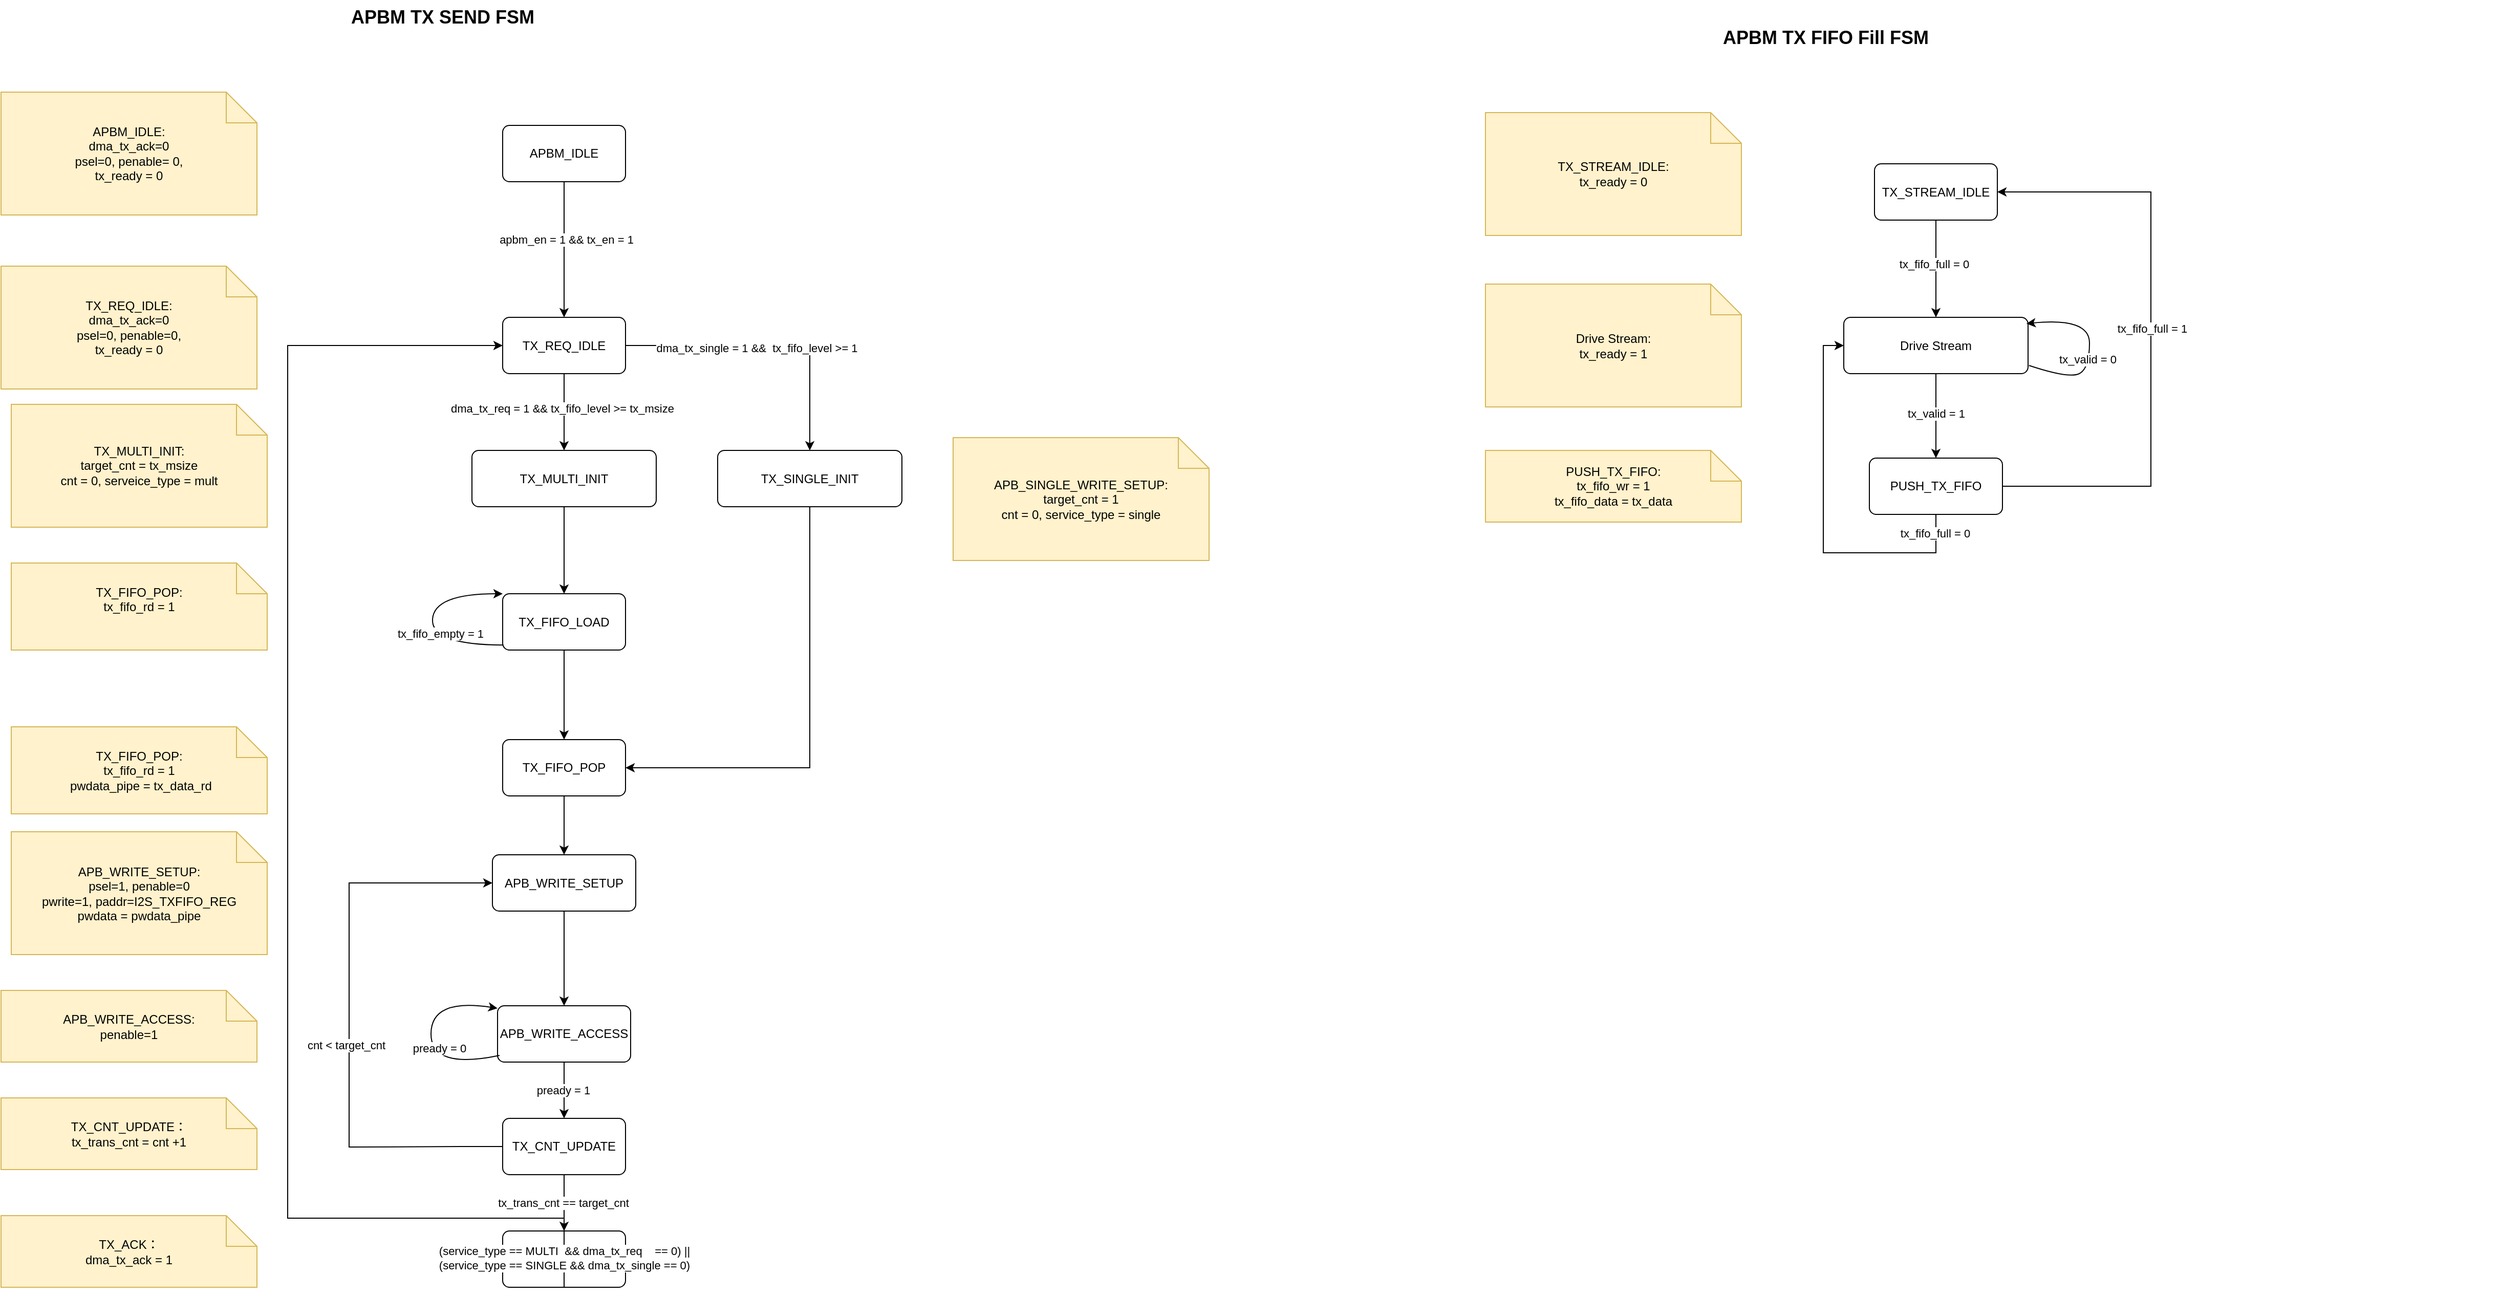
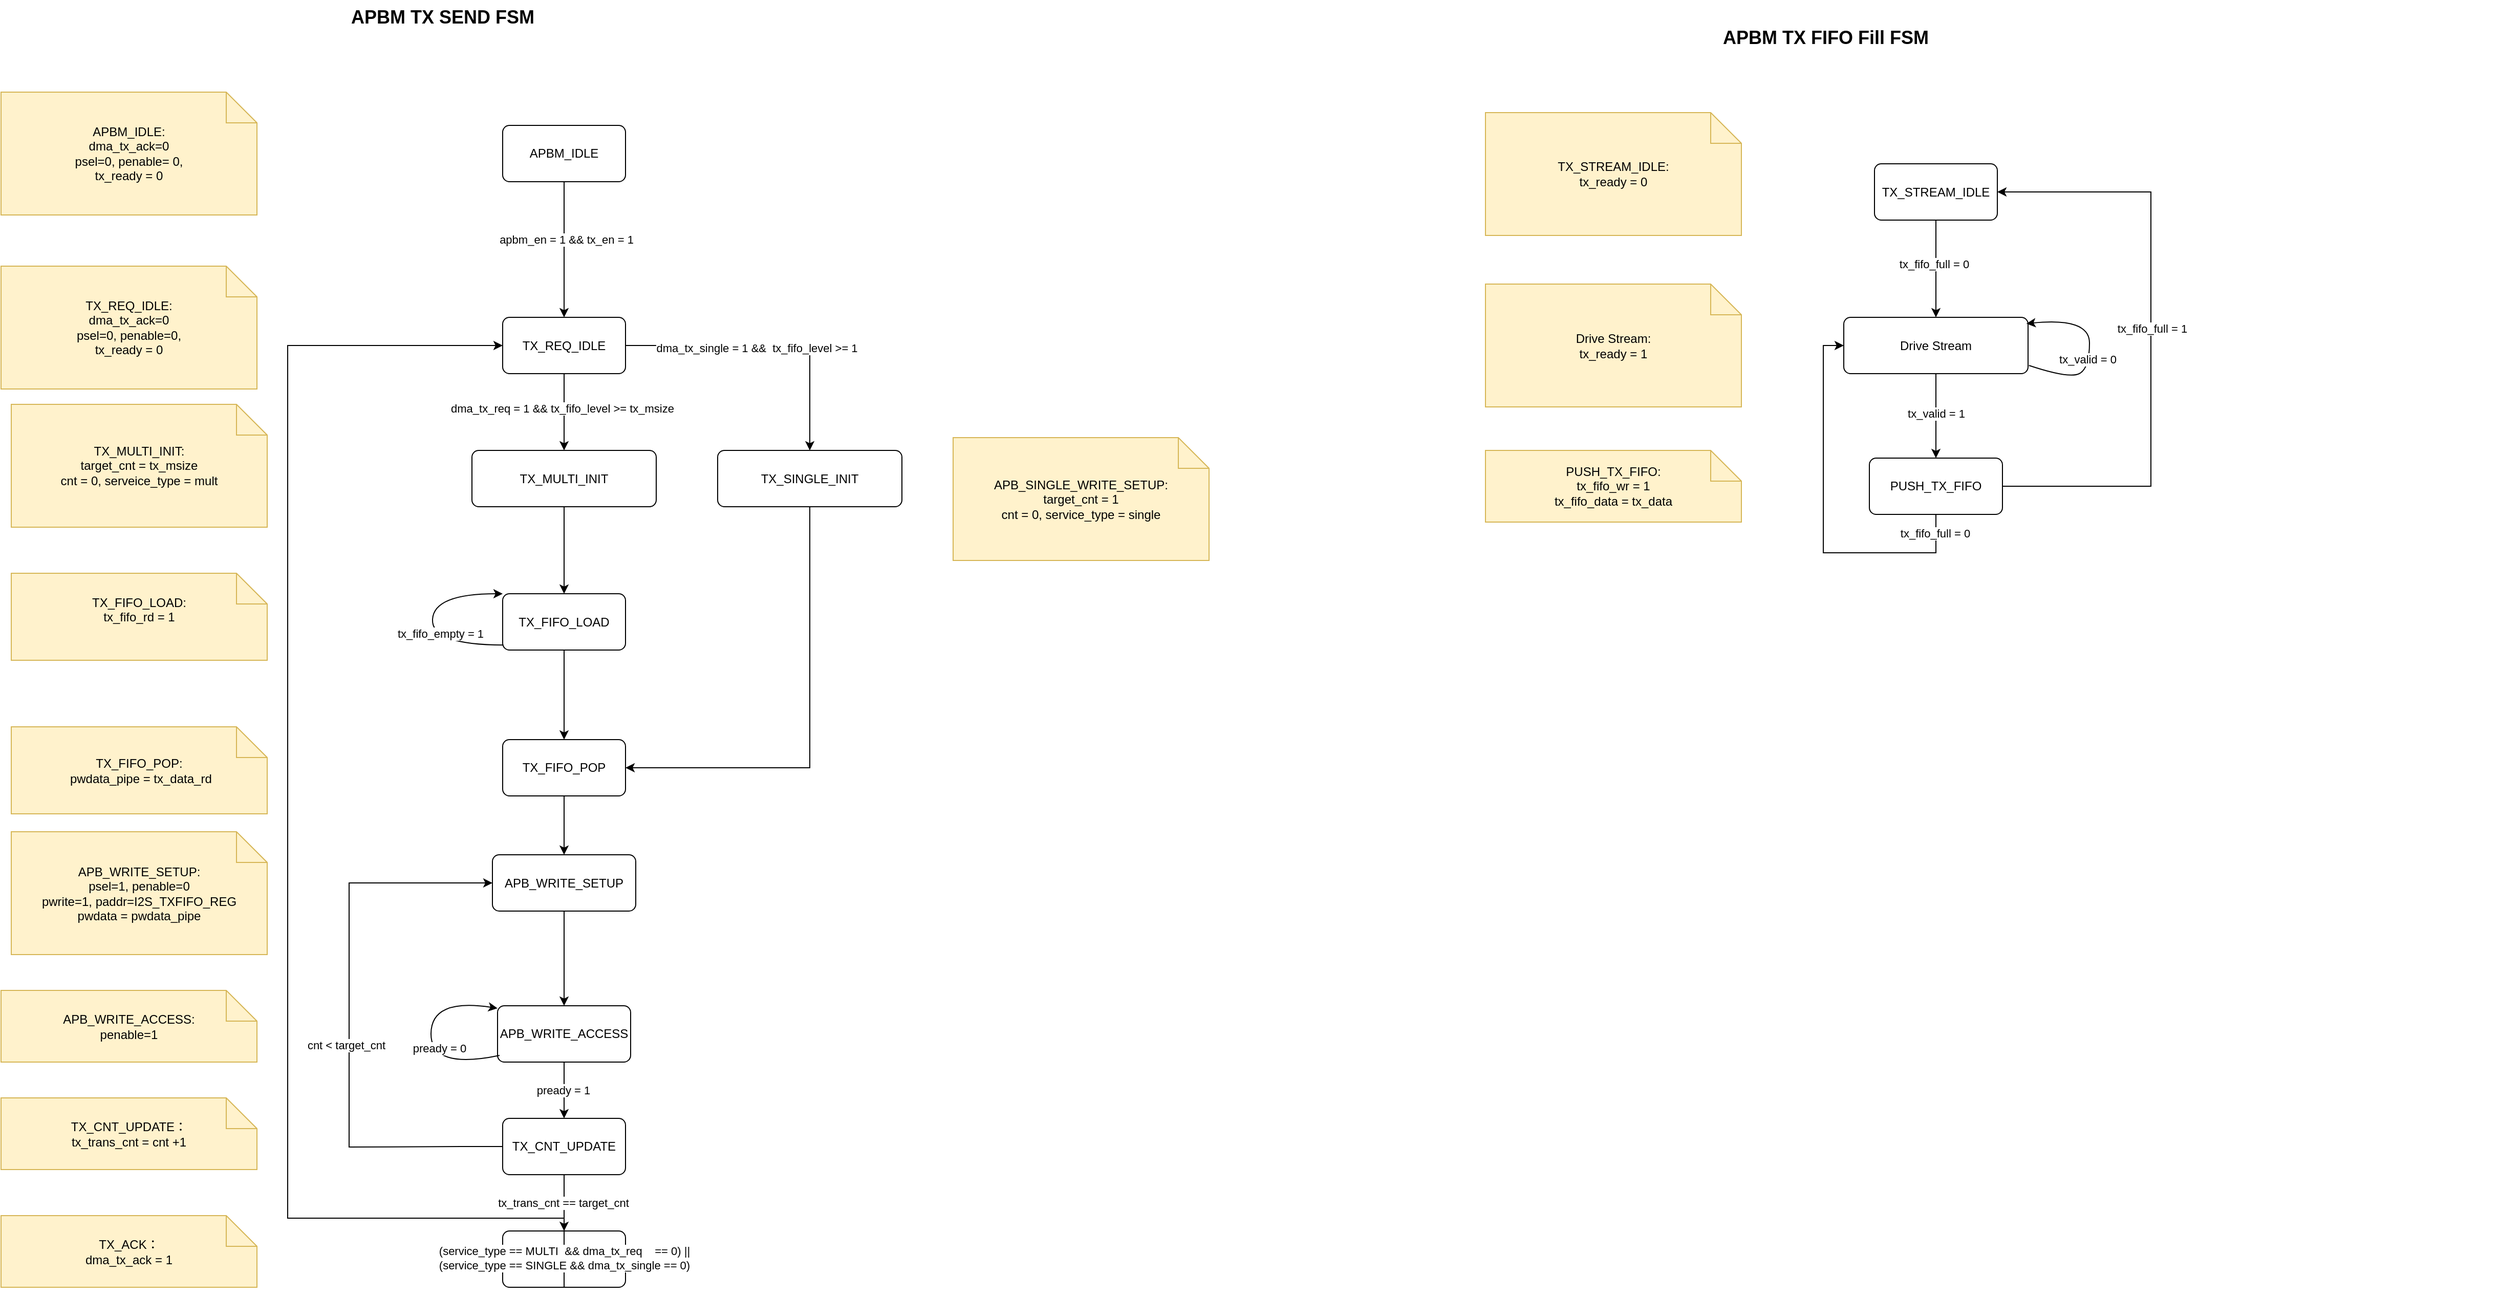
<mxfile host="app.diagrams.net">
  <diagram name="第 1 页" id="fH5n9Me7nUtPE_JYtTzi">
-     <mxGraphModel dx="442" dy="250" grid="1" gridSize="10" guides="1" tooltips="1" connect="1" arrows="1" fold="1" page="1" pageScale="1" pageWidth="827" pageHeight="1169" math="0" shadow="0">
+     <mxGraphModel dx="1106" dy="624" grid="1" gridSize="10" guides="1" tooltips="1" connect="1" arrows="1" fold="1" page="1" pageScale="1" pageWidth="827" pageHeight="1169" math="0" shadow="0">
      <root>
        <mxCell id="0" />
        <mxCell id="1" parent="0" />
        <mxCell id="Ly1VW1kiYANL2SHkxWqd-1" parent="1" style="text;html=1;strokeColor=none;fillColor=none;fontSize=18;fontStyle=1;" value="APBM TX SEND FSM&amp;nbsp;&amp;nbsp;" vertex="1">
          <mxGeometry height="40" width="760" x="810" y="130" as="geometry" />
        </mxCell>
        <mxCell id="Ly1VW1kiYANL2SHkxWqd-2" parent="1" style="rounded=1;whiteSpace=wrap;html=1;arcSize=12;fillColor=#ffffff;strokeColor=#000000;" value="TX_REQ_IDLE" vertex="1">
          <mxGeometry height="55" width="120" x="960" y="440" as="geometry" />
        </mxCell>
        <mxCell id="Ly1VW1kiYANL2SHkxWqd-3" parent="1" style="rounded=1;whiteSpace=wrap;html=1;arcSize=12;fillColor=#ffffff;strokeColor=#000000;" value="APB_WRITE_SETUP" vertex="1">
          <mxGeometry height="55" width="140" x="950" y="965" as="geometry" />
        </mxCell>
        <mxCell id="Ly1VW1kiYANL2SHkxWqd-4" edge="1" parent="1" source="Ly1VW1kiYANL2SHkxWqd-2" style="endArrow=classic;html=1;rounded=0;exitX=0.5;exitY=1;exitDx=0;exitDy=0;entryX=0.5;entryY=0;entryDx=0;entryDy=0;" target="Ly1VW1kiYANL2SHkxWqd-40" value="">
          <mxGeometry height="50" relative="1" width="50" as="geometry">
            <mxPoint x="1040" y="560" as="sourcePoint" />
            <mxPoint x="1020" y="570" as="targetPoint" />
          </mxGeometry>
        </mxCell>
        <mxCell id="Ly1VW1kiYANL2SHkxWqd-5" connectable="0" parent="Ly1VW1kiYANL2SHkxWqd-4" style="edgeLabel;html=1;align=center;verticalAlign=middle;resizable=0;points=[];" value="dma_tx_req = 1 &amp;amp;&amp;amp; tx_fifo_level &amp;gt;= tx_msize" vertex="1">
          <mxGeometry relative="1" x="-0.0927" y="-2" as="geometry">
            <mxPoint as="offset" />
          </mxGeometry>
        </mxCell>
        <mxCell id="Ly1VW1kiYANL2SHkxWqd-6" parent="1" style="shape=note;whiteSpace=wrap;html=1;fillColor=#fff2cc;strokeColor=#d6b656;" value="APB_WRITE_SETUP:&lt;div&gt;psel=1, penable=0&lt;br&gt;pwrite=1, paddr=I2S_TXFIFO_REG&lt;/div&gt;&lt;div&gt;pwdata = pwdata_pipe&lt;/div&gt;" vertex="1">
          <mxGeometry height="120" width="250" x="480" y="942.5" as="geometry" />
        </mxCell>
        <mxCell id="Ly1VW1kiYANL2SHkxWqd-7" parent="1" style="rounded=1;whiteSpace=wrap;html=1;arcSize=12;fillColor=#ffffff;strokeColor=#000000;" value="APB_WRITE_ACCESS" vertex="1">
          <mxGeometry height="55" width="130" x="955" y="1112.5" as="geometry" />
        </mxCell>
        <mxCell id="Ly1VW1kiYANL2SHkxWqd-8" edge="1" parent="1" source="Ly1VW1kiYANL2SHkxWqd-3" style="endArrow=classic;html=1;rounded=0;exitX=0.5;exitY=1;exitDx=0;exitDy=0;entryX=0.5;entryY=0;entryDx=0;entryDy=0;" target="Ly1VW1kiYANL2SHkxWqd-7" value="">
          <mxGeometry height="50" relative="1" width="50" as="geometry">
            <mxPoint x="1030" y="1095" as="sourcePoint" />
            <mxPoint x="1080" y="1045" as="targetPoint" />
          </mxGeometry>
        </mxCell>
        <mxCell id="Ly1VW1kiYANL2SHkxWqd-9" parent="1" style="shape=note;whiteSpace=wrap;html=1;fillColor=#fff2cc;strokeColor=#d6b656;" value="APB_WRITE_ACCESS:&lt;br&gt;penable=1" vertex="1">
          <mxGeometry height="70" width="250" x="470" y="1097.5" as="geometry" />
        </mxCell>
        <mxCell id="Ly1VW1kiYANL2SHkxWqd-10" edge="1" parent="1" source="Ly1VW1kiYANL2SHkxWqd-7" style="curved=1;endArrow=classic;html=1;rounded=0;exitX=0.015;exitY=0.881;exitDx=0;exitDy=0;entryX=0;entryY=0;entryDx=0;entryDy=0;exitPerimeter=0;" value="">
          <mxGeometry height="50" relative="1" width="50" as="geometry">
            <Array as="points">
              <mxPoint x="890" y="1175" />
              <mxPoint x="890" y="1105" />
            </Array>
            <mxPoint x="955" y="1170" as="sourcePoint" />
            <mxPoint x="955" y="1115" as="targetPoint" />
          </mxGeometry>
        </mxCell>
        <mxCell id="Ly1VW1kiYANL2SHkxWqd-11" connectable="0" parent="Ly1VW1kiYANL2SHkxWqd-10" style="edgeLabel;html=1;align=center;verticalAlign=middle;resizable=0;points=[];" value="pready = 0" vertex="1">
          <mxGeometry relative="1" x="-0.1215" y="-8" as="geometry">
            <mxPoint as="offset" />
          </mxGeometry>
        </mxCell>
        <mxCell id="Ly1VW1kiYANL2SHkxWqd-13" edge="1" parent="1" source="Ly1VW1kiYANL2SHkxWqd-7" style="endArrow=classic;html=1;rounded=0;exitX=0.5;exitY=1;exitDx=0;exitDy=0;entryX=0.5;entryY=0;entryDx=0;entryDy=0;" target="Ly1VW1kiYANL2SHkxWqd-47" value="">
          <mxGeometry height="50" relative="1" width="50" as="geometry">
            <mxPoint x="1010" y="1245" as="sourcePoint" />
            <mxPoint x="1020" y="1212.5" as="targetPoint" />
          </mxGeometry>
        </mxCell>
        <mxCell id="Ly1VW1kiYANL2SHkxWqd-14" connectable="0" parent="Ly1VW1kiYANL2SHkxWqd-13" style="edgeLabel;html=1;align=center;verticalAlign=middle;resizable=0;points=[];" value="pready = 1" vertex="1">
          <mxGeometry relative="1" x="0.0089" y="-1" as="geometry">
            <mxPoint as="offset" />
          </mxGeometry>
        </mxCell>
        <mxCell id="Ly1VW1kiYANL2SHkxWqd-16" parent="1" style="rounded=1;whiteSpace=wrap;html=1;arcSize=12;fillColor=#ffffff;strokeColor=#000000;" value="TX_ACK" vertex="1">
          <mxGeometry height="55" width="120" x="960" y="1332.5" as="geometry" />
        </mxCell>
        <mxCell id="Ly1VW1kiYANL2SHkxWqd-17" edge="1" parent="1" source="Ly1VW1kiYANL2SHkxWqd-47" style="endArrow=classic;html=1;rounded=0;exitX=0.5;exitY=1;exitDx=0;exitDy=0;entryX=0.5;entryY=0;entryDx=0;entryDy=0;" target="Ly1VW1kiYANL2SHkxWqd-16" value="">
          <mxGeometry height="50" relative="1" width="50" as="geometry">
            <mxPoint x="1150.3600000000001" y="1167.5" as="sourcePoint" />
            <mxPoint x="1150" y="1202.5" as="targetPoint" />
          </mxGeometry>
        </mxCell>
        <mxCell id="Ly1VW1kiYANL2SHkxWqd-18" connectable="0" parent="Ly1VW1kiYANL2SHkxWqd-17" style="edgeLabel;html=1;align=center;verticalAlign=middle;resizable=0;points=[];" value="tx_trans_cnt == target_cnt" vertex="1">
          <mxGeometry relative="1" x="0.0089" y="-1" as="geometry">
            <mxPoint as="offset" />
          </mxGeometry>
        </mxCell>
        <mxCell id="Ly1VW1kiYANL2SHkxWqd-19" parent="1" style="shape=note;whiteSpace=wrap;html=1;fillColor=#fff2cc;strokeColor=#d6b656;" value="TX_ACK：&lt;div&gt;dma_tx_ack = 1&lt;/div&gt;" vertex="1">
          <mxGeometry height="70" width="250" x="470" y="1317.5" as="geometry" />
        </mxCell>
        <mxCell id="Ly1VW1kiYANL2SHkxWqd-20" parent="1" style="shape=note;whiteSpace=wrap;html=1;fillColor=#fff2cc;strokeColor=#d6b656;" value="TX_REQ_IDLE:&lt;div&gt;dma_tx_ack=0&lt;/div&gt;&lt;div&gt;psel=0, penable=0,&lt;br&gt;&lt;/div&gt;&lt;div&gt;tx_ready = 0&lt;br&gt;&lt;/div&gt;" vertex="1">
          <mxGeometry height="120" width="250" x="470" y="390" as="geometry" />
        </mxCell>
        <mxCell id="Ly1VW1kiYANL2SHkxWqd-21" edge="1" parent="1" source="Ly1VW1kiYANL2SHkxWqd-16" style="endArrow=classic;html=1;rounded=0;exitX=0.5;exitY=1;exitDx=0;exitDy=0;edgeStyle=orthogonalEdgeStyle;entryX=0;entryY=0.5;entryDx=0;entryDy=0;" target="Ly1VW1kiYANL2SHkxWqd-2" value="">
          <mxGeometry height="50" relative="1" width="50" as="geometry">
            <Array as="points">
              <mxPoint x="1020" y="1320" />
              <mxPoint x="750" y="1320" />
              <mxPoint x="750" y="468" />
            </Array>
            <mxPoint x="909.95" y="1052.5" as="sourcePoint" />
            <mxPoint x="850" y="465" as="targetPoint" />
          </mxGeometry>
        </mxCell>
        <mxCell id="Ly1VW1kiYANL2SHkxWqd-22" connectable="0" parent="Ly1VW1kiYANL2SHkxWqd-21" style="edgeLabel;html=1;align=center;verticalAlign=middle;resizable=0;points=[];" value="&lt;div&gt;(service_type == MULTI&amp;nbsp; &amp;amp;&amp;amp; dma_tx_req&amp;nbsp; &amp;nbsp; == 0) ||&lt;/div&gt;&lt;div&gt;(service_type == SINGLE &amp;amp;&amp;amp; dma_tx_single == 0)&lt;/div&gt;" vertex="1">
          <mxGeometry relative="1" x="-0.9589" as="geometry">
            <mxPoint as="offset" />
          </mxGeometry>
        </mxCell>
        <mxCell id="Ly1VW1kiYANL2SHkxWqd-23" edge="1" parent="1" source="Ly1VW1kiYANL2SHkxWqd-2" style="endArrow=classic;html=1;rounded=0;exitX=1;exitY=0.5;exitDx=0;exitDy=0;edgeStyle=orthogonalEdgeStyle;entryX=0.5;entryY=0;entryDx=0;entryDy=0;" target="Ly1VW1kiYANL2SHkxWqd-25" value="">
          <mxGeometry height="50" relative="1" width="50" as="geometry">
            <mxPoint x="1250" y="540" as="sourcePoint" />
            <mxPoint x="1260" y="560" as="targetPoint" />
          </mxGeometry>
        </mxCell>
        <mxCell id="Ly1VW1kiYANL2SHkxWqd-24" connectable="0" parent="Ly1VW1kiYANL2SHkxWqd-23" style="edgeLabel;html=1;align=center;verticalAlign=middle;resizable=0;points=[];" value="dma_tx_single = 1 &amp;amp;&amp;amp;&amp;nbsp; tx_fifo_level &amp;gt;= 1" vertex="1">
          <mxGeometry relative="1" x="-0.0927" y="-2" as="geometry">
            <mxPoint as="offset" />
          </mxGeometry>
        </mxCell>
        <mxCell id="Ly1VW1kiYANL2SHkxWqd-25" parent="1" style="rounded=1;whiteSpace=wrap;html=1;arcSize=12;fillColor=#ffffff;strokeColor=#000000;" value="TX_SINGLE_INIT" vertex="1">
          <mxGeometry height="55" width="180" x="1170" y="570" as="geometry" />
        </mxCell>
        <mxCell id="Ly1VW1kiYANL2SHkxWqd-26" parent="1" style="shape=note;whiteSpace=wrap;html=1;fillColor=#fff2cc;strokeColor=#d6b656;" value="APB_SINGLE_WRITE_SETUP:&lt;div&gt;target_cnt = 1&lt;br&gt;cnt = 0, service_type = single&lt;/div&gt;" vertex="1">
          <mxGeometry height="120" width="250" x="1400" y="557.5" as="geometry" />
        </mxCell>
        <mxCell id="Ly1VW1kiYANL2SHkxWqd-27" edge="1" parent="1" source="Ly1VW1kiYANL2SHkxWqd-25" style="endArrow=classic;html=1;rounded=0;exitX=0.5;exitY=1;exitDx=0;exitDy=0;edgeStyle=orthogonalEdgeStyle;entryX=1;entryY=0.5;entryDx=0;entryDy=0;" target="Ly1VW1kiYANL2SHkxWqd-28" value="">
          <mxGeometry height="50" relative="1" width="50" as="geometry">
            <mxPoint x="1230" y="950" as="sourcePoint" />
            <mxPoint x="1090" y="705" as="targetPoint" />
          </mxGeometry>
        </mxCell>
        <mxCell id="Ly1VW1kiYANL2SHkxWqd-28" parent="1" style="rounded=1;whiteSpace=wrap;html=1;arcSize=12;fillColor=#ffffff;strokeColor=#000000;" value="TX_FIFO_POP" vertex="1">
          <mxGeometry height="55" width="120" x="960" y="852.5" as="geometry" />
        </mxCell>
        <mxCell id="Ly1VW1kiYANL2SHkxWqd-29" edge="1" parent="1" source="Ly1VW1kiYANL2SHkxWqd-40" style="endArrow=classic;html=1;rounded=0;exitX=0.5;exitY=1;exitDx=0;exitDy=0;entryX=0.5;entryY=0;entryDx=0;entryDy=0;" target="Ly1VW1kiYANL2SHkxWqd-66" value="">
          <mxGeometry height="50" relative="1" width="50" as="geometry">
            <Array as="points">
              <mxPoint x="1020" y="650" />
            </Array>
            <mxPoint x="1010" y="630" as="sourcePoint" />
            <mxPoint x="1020" y="680" as="targetPoint" />
          </mxGeometry>
        </mxCell>
-         <mxCell id="Ly1VW1kiYANL2SHkxWqd-33" parent="1" style="shape=note;whiteSpace=wrap;html=1;fillColor=#fff2cc;strokeColor=#d6b656;" value="TX_FIFO_POP:&lt;div&gt;tx_fifo_rd = 1&lt;br&gt;&lt;div&gt;&amp;nbsp;pwdata_pipe = tx_data_rd&lt;/div&gt;&lt;/div&gt;" vertex="1">
+         <mxCell id="Ly1VW1kiYANL2SHkxWqd-33" parent="1" style="shape=note;whiteSpace=wrap;html=1;fillColor=#fff2cc;strokeColor=#d6b656;" value="TX_FIFO_POP:&lt;div&gt;&lt;div&gt;&amp;nbsp;pwdata_pipe = tx_data_rd&lt;/div&gt;&lt;/div&gt;" vertex="1">
          <mxGeometry height="85" width="250" x="480" y="840" as="geometry" />
        </mxCell>
        <mxCell id="Ly1VW1kiYANL2SHkxWqd-34" parent="1" style="rounded=1;whiteSpace=wrap;html=1;arcSize=12;fillColor=#ffffff;strokeColor=#000000;" value="APBM_IDLE" vertex="1">
          <mxGeometry height="55" width="120" x="960" y="252.5" as="geometry" />
        </mxCell>
        <mxCell id="Ly1VW1kiYANL2SHkxWqd-35" edge="1" parent="1" source="Ly1VW1kiYANL2SHkxWqd-34" style="endArrow=classic;html=1;rounded=0;exitX=0.5;exitY=1;exitDx=0;exitDy=0;" target="Ly1VW1kiYANL2SHkxWqd-2" value="">
          <mxGeometry height="50" relative="1" width="50" as="geometry">
            <mxPoint x="1060" y="360" as="sourcePoint" />
            <mxPoint x="1110" y="310" as="targetPoint" />
          </mxGeometry>
        </mxCell>
        <mxCell id="Ly1VW1kiYANL2SHkxWqd-36" connectable="0" parent="Ly1VW1kiYANL2SHkxWqd-35" style="edgeLabel;html=1;align=center;verticalAlign=middle;resizable=0;points=[];" value="apbm_en = 1 &amp;amp;&amp;amp; tx_en = 1" vertex="1">
          <mxGeometry relative="1" x="-0.1446" y="2" as="geometry">
            <mxPoint as="offset" />
          </mxGeometry>
        </mxCell>
        <mxCell id="Ly1VW1kiYANL2SHkxWqd-37" parent="1" style="shape=note;whiteSpace=wrap;html=1;fillColor=#fff2cc;strokeColor=#d6b656;" value="APBM_IDLE:&lt;div&gt;dma_tx_ack=0&lt;/div&gt;&lt;div&gt;psel=0, penable= 0,&lt;br&gt;&lt;/div&gt;&lt;div&gt;tx_ready = 0&lt;/div&gt;" vertex="1">
          <mxGeometry height="120" width="250" x="470" y="220" as="geometry" />
        </mxCell>
        <mxCell id="Ly1VW1kiYANL2SHkxWqd-38" edge="1" parent="1" source="Ly1VW1kiYANL2SHkxWqd-47" style="endArrow=classic;html=1;rounded=0;edgeStyle=orthogonalEdgeStyle;entryX=0;entryY=0.5;entryDx=0;entryDy=0;exitX=0;exitY=0.5;exitDx=0;exitDy=0;" target="Ly1VW1kiYANL2SHkxWqd-3" value="">
          <mxGeometry height="50" relative="1" width="50" as="geometry">
            <Array as="points">
              <mxPoint x="920" y="1249.5" />
              <mxPoint x="810" y="1250.5" />
              <mxPoint x="810" y="992.5" />
            </Array>
            <mxPoint x="920" y="1212.5" as="sourcePoint" />
            <mxPoint x="800" y="872.5" as="targetPoint" />
          </mxGeometry>
        </mxCell>
        <mxCell id="Ly1VW1kiYANL2SHkxWqd-39" connectable="0" parent="Ly1VW1kiYANL2SHkxWqd-38" style="edgeLabel;html=1;align=center;verticalAlign=middle;resizable=0;points=[];" value="cnt &amp;lt; target_cnt" vertex="1">
          <mxGeometry relative="1" x="-0.0902" y="3" as="geometry">
            <mxPoint as="offset" />
          </mxGeometry>
        </mxCell>
        <mxCell id="Ly1VW1kiYANL2SHkxWqd-40" parent="1" style="rounded=1;whiteSpace=wrap;html=1;arcSize=12;fillColor=#ffffff;strokeColor=#000000;" value="TX_MULTI_INIT" vertex="1">
          <mxGeometry height="55" width="180" x="930" y="570" as="geometry" />
        </mxCell>
        <mxCell id="Ly1VW1kiYANL2SHkxWqd-42" parent="1" style="shape=note;whiteSpace=wrap;html=1;fillColor=#fff2cc;strokeColor=#d6b656;" value="TX_MULTI_INIT:&lt;div&gt;target_cnt = tx_msize&lt;br&gt;cnt = 0, serveice_type = mult&lt;/div&gt;" vertex="1">
          <mxGeometry height="120" width="250" x="480" y="525" as="geometry" />
        </mxCell>
        <mxCell id="Ly1VW1kiYANL2SHkxWqd-45" edge="1" parent="1" source="Ly1VW1kiYANL2SHkxWqd-28" style="endArrow=classic;html=1;rounded=0;exitX=0.5;exitY=1;exitDx=0;exitDy=0;" target="Ly1VW1kiYANL2SHkxWqd-3" value="">
          <mxGeometry height="50" relative="1" width="50" as="geometry">
            <mxPoint x="1019.5699999999999" y="907.5" as="sourcePoint" />
            <mxPoint x="1019.5699999999999" y="964.5" as="targetPoint" />
          </mxGeometry>
        </mxCell>
        <mxCell id="Ly1VW1kiYANL2SHkxWqd-47" parent="1" style="rounded=1;whiteSpace=wrap;html=1;arcSize=12;fillColor=#ffffff;strokeColor=#000000;" value="TX_CNT_UPDATE" vertex="1">
          <mxGeometry height="55" width="120" x="960" y="1222.5" as="geometry" />
        </mxCell>
        <mxCell id="Ly1VW1kiYANL2SHkxWqd-48" parent="1" style="shape=note;whiteSpace=wrap;html=1;fillColor=#fff2cc;strokeColor=#d6b656;" value="TX_CNT_UPDATE：&lt;div&gt;tx_trans_cnt = cnt +1&lt;/div&gt;" vertex="1">
          <mxGeometry height="70" width="250" x="470" y="1202.5" as="geometry" />
        </mxCell>
        <mxCell id="Ly1VW1kiYANL2SHkxWqd-49" parent="1" style="text;html=1;strokeColor=none;fillColor=none;fontSize=18;fontStyle=1;" value="APBM TX FIFO Fill FSM&amp;nbsp;&amp;nbsp;" vertex="1">
          <mxGeometry height="40" width="760" x="2150" y="150" as="geometry" />
        </mxCell>
        <mxCell id="Ly1VW1kiYANL2SHkxWqd-50" parent="1" style="rounded=1;whiteSpace=wrap;html=1;arcSize=12;fillColor=#ffffff;strokeColor=#000000;" value="TX_STREAM_IDLE" vertex="1">
          <mxGeometry height="55" width="120" x="2300" y="290" as="geometry" />
        </mxCell>
        <mxCell id="Ly1VW1kiYANL2SHkxWqd-51" parent="1" style="rounded=1;whiteSpace=wrap;html=1;arcSize=12;fillColor=#ffffff;strokeColor=#000000;" value="Drive Stream" vertex="1">
          <mxGeometry height="55" width="180" x="2270" y="440" as="geometry" />
        </mxCell>
        <mxCell id="Ly1VW1kiYANL2SHkxWqd-52" edge="1" parent="1" source="Ly1VW1kiYANL2SHkxWqd-50" style="endArrow=classic;html=1;rounded=0;exitX=0.5;exitY=1;exitDx=0;exitDy=0;entryX=0.5;entryY=0;entryDx=0;entryDy=0;" target="Ly1VW1kiYANL2SHkxWqd-51" value="">
          <mxGeometry height="50" relative="1" width="50" as="geometry">
            <mxPoint x="2380" y="410" as="sourcePoint" />
            <mxPoint x="2430" y="360" as="targetPoint" />
          </mxGeometry>
        </mxCell>
        <mxCell id="Ly1VW1kiYANL2SHkxWqd-53" connectable="0" parent="Ly1VW1kiYANL2SHkxWqd-52" style="edgeLabel;html=1;align=center;verticalAlign=middle;resizable=0;points=[];" value="tx_fifo_full = 0" vertex="1">
          <mxGeometry relative="1" x="-0.0927" y="-2" as="geometry">
            <mxPoint as="offset" />
          </mxGeometry>
        </mxCell>
        <mxCell id="Ly1VW1kiYANL2SHkxWqd-54" parent="1" style="shape=note;whiteSpace=wrap;html=1;fillColor=#fff2cc;strokeColor=#d6b656;" value="Drive Stream:&lt;div&gt;tx_ready = 1&lt;/div&gt;" vertex="1">
          <mxGeometry height="120" width="250" x="1920" y="407.5" as="geometry" />
        </mxCell>
        <mxCell id="Ly1VW1kiYANL2SHkxWqd-55" parent="1" style="rounded=1;whiteSpace=wrap;html=1;arcSize=12;fillColor=#ffffff;strokeColor=#000000;" value="PUSH_TX_FIFO" vertex="1">
          <mxGeometry height="55" width="130" x="2295" y="577.5" as="geometry" />
        </mxCell>
        <mxCell id="Ly1VW1kiYANL2SHkxWqd-56" edge="1" parent="1" source="Ly1VW1kiYANL2SHkxWqd-51" style="endArrow=classic;html=1;rounded=0;exitX=0.5;exitY=1;exitDx=0;exitDy=0;entryX=0.5;entryY=0;entryDx=0;entryDy=0;" target="Ly1VW1kiYANL2SHkxWqd-55" value="">
          <mxGeometry height="50" relative="1" width="50" as="geometry">
            <mxPoint x="2370" y="560" as="sourcePoint" />
            <mxPoint x="2420" y="510" as="targetPoint" />
          </mxGeometry>
        </mxCell>
        <mxCell id="Ly1VW1kiYANL2SHkxWqd-57" connectable="0" parent="Ly1VW1kiYANL2SHkxWqd-56" style="edgeLabel;html=1;align=center;verticalAlign=middle;resizable=0;points=[];" value="tx_valid = 1" vertex="1">
          <mxGeometry relative="1" x="-0.0537" as="geometry">
            <mxPoint as="offset" />
          </mxGeometry>
        </mxCell>
        <mxCell id="Ly1VW1kiYANL2SHkxWqd-58" parent="1" style="shape=note;whiteSpace=wrap;html=1;fillColor=#fff2cc;strokeColor=#d6b656;" value="PUSH_TX_FIFO:&lt;div&gt;tx_fifo_wr = 1&lt;/div&gt;&lt;div&gt;tx_fifo_data = tx_data&lt;/div&gt;" vertex="1">
          <mxGeometry height="70" width="250" x="1920" y="570" as="geometry" />
        </mxCell>
        <mxCell id="Ly1VW1kiYANL2SHkxWqd-59" parent="1" style="shape=note;whiteSpace=wrap;html=1;fillColor=#fff2cc;strokeColor=#d6b656;" value="TX_STREAM_IDLE:&lt;div&gt;tx_ready = 0&lt;/div&gt;" vertex="1">
          <mxGeometry height="120" width="250" x="1920" y="240" as="geometry" />
        </mxCell>
        <mxCell id="Ly1VW1kiYANL2SHkxWqd-60" edge="1" parent="1" source="Ly1VW1kiYANL2SHkxWqd-55" style="endArrow=classic;html=1;rounded=0;exitX=0.5;exitY=1;exitDx=0;exitDy=0;entryX=0;entryY=0.5;entryDx=0;entryDy=0;edgeStyle=orthogonalEdgeStyle;" target="Ly1VW1kiYANL2SHkxWqd-51" value="">
          <mxGeometry height="50" relative="1" width="50" as="geometry">
            <Array as="points">
              <mxPoint x="2360" y="670" />
              <mxPoint x="2250" y="670" />
              <mxPoint x="2250" y="468" />
            </Array>
            <mxPoint x="2550" y="570" as="sourcePoint" />
            <mxPoint x="2600" y="520" as="targetPoint" />
          </mxGeometry>
        </mxCell>
        <mxCell id="Ly1VW1kiYANL2SHkxWqd-61" connectable="0" parent="Ly1VW1kiYANL2SHkxWqd-60" style="edgeLabel;html=1;align=center;verticalAlign=middle;resizable=0;points=[];" value="tx_fifo_full = 0" vertex="1">
          <mxGeometry relative="1" x="-0.9016" y="-1" as="geometry">
            <mxPoint as="offset" />
          </mxGeometry>
        </mxCell>
        <mxCell id="Ly1VW1kiYANL2SHkxWqd-62" edge="1" parent="1" source="Ly1VW1kiYANL2SHkxWqd-55" style="endArrow=classic;html=1;rounded=0;exitX=1;exitY=0.5;exitDx=0;exitDy=0;entryX=1;entryY=0.5;entryDx=0;entryDy=0;edgeStyle=orthogonalEdgeStyle;" target="Ly1VW1kiYANL2SHkxWqd-50" value="">
          <mxGeometry height="50" relative="1" width="50" as="geometry">
            <Array as="points">
              <mxPoint x="2570" y="605" />
              <mxPoint x="2570" y="318" />
            </Array>
            <mxPoint x="2510" y="600" as="sourcePoint" />
            <mxPoint x="2560" y="550" as="targetPoint" />
          </mxGeometry>
        </mxCell>
        <mxCell id="Ly1VW1kiYANL2SHkxWqd-63" connectable="0" parent="Ly1VW1kiYANL2SHkxWqd-62" style="edgeLabel;html=1;align=center;verticalAlign=middle;resizable=0;points=[];" value="tx_fifo_full = 1" vertex="1">
          <mxGeometry relative="1" x="0.0267" y="-1" as="geometry">
            <mxPoint as="offset" />
          </mxGeometry>
        </mxCell>
        <mxCell id="Ly1VW1kiYANL2SHkxWqd-64" edge="1" parent="1" source="Ly1VW1kiYANL2SHkxWqd-51" style="curved=1;endArrow=classic;html=1;rounded=0;entryX=0.991;entryY=0.112;entryDx=0;entryDy=0;exitX=1.005;exitY=0.854;exitDx=0;exitDy=0;exitPerimeter=0;entryPerimeter=0;" target="Ly1VW1kiYANL2SHkxWqd-51" value="">
          <mxGeometry height="50" relative="1" width="50" as="geometry">
            <Array as="points">
              <mxPoint x="2490" y="500" />
              <mxPoint x="2510" y="490" />
              <mxPoint x="2510" y="440" />
            </Array>
            <mxPoint x="2460" y="560" as="sourcePoint" />
            <mxPoint x="2510" y="510" as="targetPoint" />
          </mxGeometry>
        </mxCell>
        <mxCell id="Ly1VW1kiYANL2SHkxWqd-65" connectable="0" parent="Ly1VW1kiYANL2SHkxWqd-64" style="edgeLabel;html=1;align=center;verticalAlign=middle;resizable=0;points=[];" value="tx_valid = 0" vertex="1">
          <mxGeometry relative="1" x="-0.1698" y="2" as="geometry">
            <mxPoint as="offset" />
          </mxGeometry>
        </mxCell>
        <mxCell id="Ly1VW1kiYANL2SHkxWqd-66" parent="1" style="rounded=1;whiteSpace=wrap;html=1;arcSize=12;fillColor=#ffffff;strokeColor=#000000;" value="TX_FIFO_LOAD" vertex="1">
          <mxGeometry height="55" width="120" x="960" y="710" as="geometry" />
        </mxCell>
        <mxCell id="Ly1VW1kiYANL2SHkxWqd-68" edge="1" parent="1" source="Ly1VW1kiYANL2SHkxWqd-66" style="endArrow=classic;html=1;rounded=0;exitX=0.5;exitY=1;exitDx=0;exitDy=0;" target="Ly1VW1kiYANL2SHkxWqd-28" value="">
          <mxGeometry height="50" relative="1" width="50" as="geometry">
            <mxPoint x="1070" y="820" as="sourcePoint" />
            <mxPoint x="1120" y="770" as="targetPoint" />
          </mxGeometry>
        </mxCell>
-         <mxCell id="Ly1VW1kiYANL2SHkxWqd-69" parent="1" style="shape=note;whiteSpace=wrap;html=1;fillColor=#fff2cc;strokeColor=#d6b656;" value="TX_FIFO_POP:&lt;div&gt;tx_fifo_rd = 1&lt;br&gt;&lt;div&gt;&lt;br&gt;&lt;/div&gt;&lt;/div&gt;" vertex="1">
-           <mxGeometry height="85" width="250" x="480" y="680" as="geometry" />
+         <mxCell id="Ly1VW1kiYANL2SHkxWqd-69" parent="1" style="shape=note;whiteSpace=wrap;html=1;fillColor=#fff2cc;strokeColor=#d6b656;" value="TX_FIFO_LOAD:&lt;div&gt;tx_fifo_rd = 1&lt;br&gt;&lt;div&gt;&lt;br&gt;&lt;/div&gt;&lt;/div&gt;" vertex="1">
+           <mxGeometry height="85" width="250" x="480" y="690" as="geometry" />
        </mxCell>
        <mxCell id="Ly1VW1kiYANL2SHkxWqd-70" edge="1" parent="1" source="Ly1VW1kiYANL2SHkxWqd-66" style="curved=1;endArrow=classic;html=1;rounded=0;exitX=0.006;exitY=0.911;exitDx=0;exitDy=0;entryX=0;entryY=0;entryDx=0;entryDy=0;exitPerimeter=0;" target="Ly1VW1kiYANL2SHkxWqd-66" value="">
          <mxGeometry height="50" relative="1" width="50" as="geometry">
            <Array as="points">
              <mxPoint x="890" y="760" />
              <mxPoint x="893" y="710" />
            </Array>
            <mxPoint x="960" y="766" as="sourcePoint" />
            <mxPoint x="958" y="720" as="targetPoint" />
          </mxGeometry>
        </mxCell>
        <mxCell id="Ly1VW1kiYANL2SHkxWqd-71" connectable="0" parent="Ly1VW1kiYANL2SHkxWqd-70" style="edgeLabel;html=1;align=center;verticalAlign=middle;resizable=0;points=[];" value="tx_fifo_empty = 1" vertex="1">
          <mxGeometry relative="1" x="-0.1215" y="-8" as="geometry">
            <mxPoint as="offset" />
          </mxGeometry>
        </mxCell>
      </root>
    </mxGraphModel>
  </diagram>
</mxfile>
